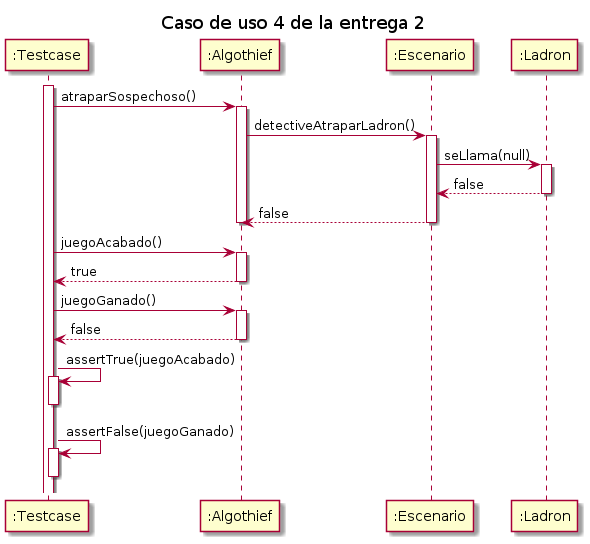
This is diagrams/sequences/secuencia_entrega2_testcase04.png from MegaRedHand/algo-thief, a PlantUML export, as it was before one commit. Its diagram source:
```plantuml
@startuml

title "Caso de uso 4 de la entrega 2"

participant ":Testcase" as testcase
participant ":Algothief" as algothief

participant ":Escenario" as escenario
participant ":Ladron" as ladron


activate testcase
testcase -> algothief: atraparSospechoso()
    activate algothief
    algothief -> escenario: detectiveAtraparLadron()
        activate escenario
        escenario -> ladron: seLlama(null)
            activate ladron
            return false
        return false
    deactivate algothief

testcase -> algothief: juegoAcabado()
    activate algothief
    return true

testcase -> algothief: juegoGanado()
    activate algothief
    return false

testcase -> testcase: assertTrue(juegoAcabado)
activate testcase
deactivate testcase

testcase -> testcase: assertFalse(juegoGanado)
activate testcase
deactivate testcase

@enduml
```
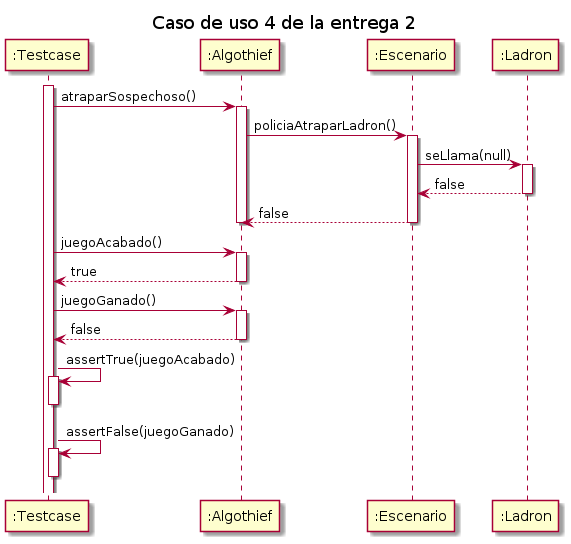
After the commit.

Change to the diagram source:
```diff
@@ -12,7 +12,7 @@
 activate testcase
 testcase -> algothief: atraparSospechoso()
     activate algothief
-    algothief -> escenario: detectiveAtraparLadron()
+    algothief -> escenario: policiaAtraparLadron()
         activate escenario
         escenario -> ladron: seLlama(null)
             activate ladron
```
